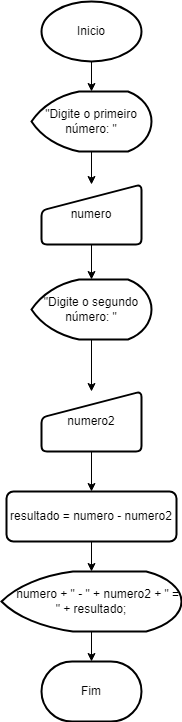
The draw.io diagram 5 - diferença.png in MatheusKan/atividadeJS_SE, before a commit. Source tidied: cells renumbered, new cells last; positions are measured from the earlier drawing's top-left corner, leaving out a move shared by most shapes. The source it was exported from:
```xml
<mxGraphModel>
  <root>
    <mxCell id="0" />
    <mxCell id="1" parent="0" />
    <mxCell id="2" style="edgeStyle=orthogonalEdgeStyle;rounded=0;jettySize=auto;html=1;" parent="1" edge="1" source="3" target="5">
      <mxGeometry relative="1" as="geometry" />
    </mxCell>
    <mxCell id="3" value="&quot;Digite o segundo número: &quot;" style="strokeWidth=2;html=1;shape=mxgraph.flowchart.display;whiteSpace=wrap;" parent="1" vertex="1">
      <mxGeometry x="30" y="278" width="120" height="60" as="geometry" />
    </mxCell>
    <mxCell id="4" style="edgeStyle=orthogonalEdgeStyle;rounded=0;jettySize=auto;html=1;entryX=0.5;entryY=0;entryDx=0;entryDy=0;" parent="1" edge="1" source="5" target="14">
      <mxGeometry relative="1" as="geometry" />
    </mxCell>
    <mxCell id="5" value="numero2" style="html=1;strokeWidth=2;shape=manualInput;whiteSpace=wrap;rounded=1;size=26;arcSize=11;" parent="1" vertex="1">
      <mxGeometry x="40" y="390" width="100" height="60" as="geometry" />
    </mxCell>
    <mxCell id="6" value="Fim" style="strokeWidth=2;html=1;shape=mxgraph.flowchart.terminator;whiteSpace=wrap;" parent="1" vertex="1">
      <mxGeometry x="40" y="660" width="100" height="60" as="geometry" />
    </mxCell>
    <mxCell id="7" style="edgeStyle=orthogonalEdgeStyle;rounded=0;jettySize=auto;html=1;" parent="1" edge="1" source="8" target="10">
      <mxGeometry relative="1" as="geometry" />
    </mxCell>
    <mxCell id="8" value="Inicio" style="strokeWidth=2;html=1;shape=mxgraph.flowchart.start_1;whiteSpace=wrap;" parent="1" vertex="1">
      <mxGeometry x="40" width="100" height="60" as="geometry" />
    </mxCell>
    <mxCell id="9" style="edgeStyle=orthogonalEdgeStyle;rounded=0;jettySize=auto;html=1;" parent="1" edge="1" source="10" target="12">
      <mxGeometry relative="1" as="geometry" />
    </mxCell>
    <mxCell id="10" value="&quot;Digite o primeiro número: &quot;" style="strokeWidth=2;html=1;shape=mxgraph.flowchart.display;whiteSpace=wrap;" parent="1" vertex="1">
      <mxGeometry x="30" y="90" width="120" height="60" as="geometry" />
    </mxCell>
    <mxCell id="11" style="edgeStyle=orthogonalEdgeStyle;rounded=0;jettySize=auto;html=1;" parent="1" edge="1" source="12" target="3">
      <mxGeometry relative="1" as="geometry" />
    </mxCell>
    <mxCell id="12" value="numero" style="html=1;strokeWidth=2;shape=manualInput;whiteSpace=wrap;rounded=1;size=26;arcSize=11;" parent="1" vertex="1">
      <mxGeometry x="40" y="183" width="100" height="60" as="geometry" />
    </mxCell>
    <mxCell id="13" style="edgeStyle=orthogonalEdgeStyle;rounded=0;jettySize=auto;html=1;" parent="1" edge="1" source="14" target="16">
      <mxGeometry relative="1" as="geometry" />
    </mxCell>
    <mxCell id="14" value="resultado = numero - numero2" style="rounded=1;whiteSpace=wrap;html=1;absoluteArcSize=1;arcSize=14;strokeWidth=2;" parent="1" vertex="1">
      <mxGeometry x="5" y="490" width="170" height="50" as="geometry" />
    </mxCell>
    <mxCell id="15" style="edgeStyle=orthogonalEdgeStyle;rounded=0;jettySize=auto;html=1;" parent="1" edge="1" source="16" target="6">
      <mxGeometry relative="1" as="geometry" />
    </mxCell>
    <mxCell id="16" value="&lt;span style=&quot;&quot;&gt;&lt;span style=&quot;&quot;&gt;&amp;nbsp;&amp;nbsp;&amp;nbsp;&amp;nbsp;&lt;/span&gt;&lt;/span&gt;numero + &quot; - &quot; + numero2 + &quot; = &quot; + resultado;" style="strokeWidth=2;html=1;shape=mxgraph.flowchart.display;whiteSpace=wrap;" parent="1" vertex="1">
      <mxGeometry y="570" width="180" height="60" as="geometry" />
    </mxCell>
  </root>
</mxGraphModel>
```
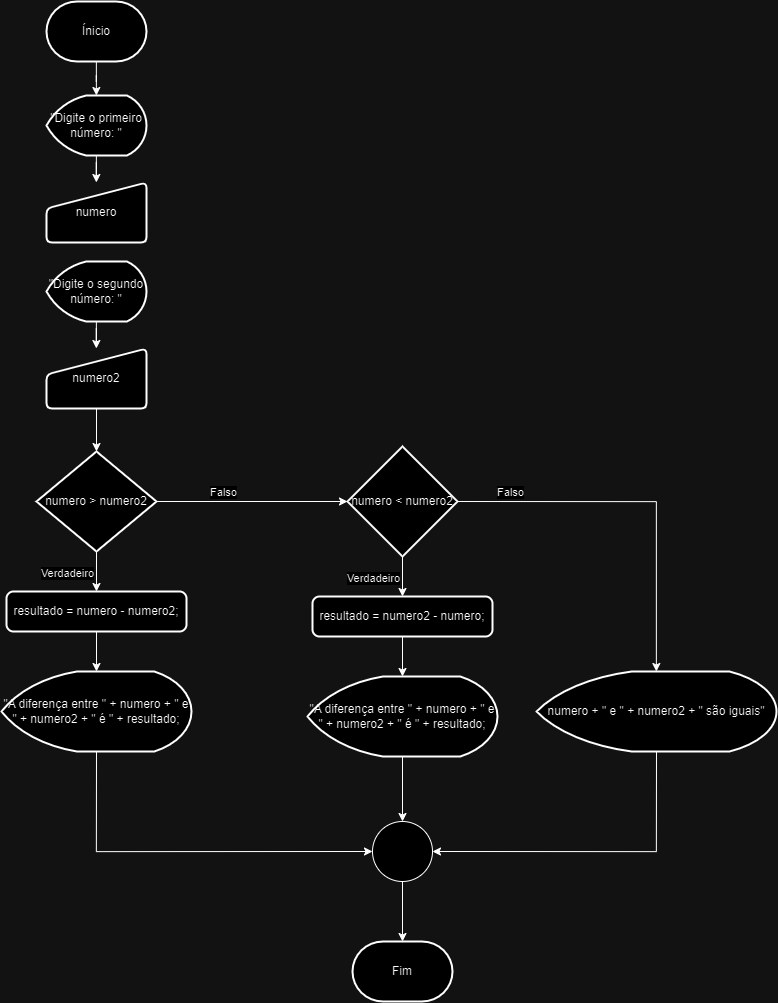
After the change.

Change to the diagram source:
```diff
@@ -2,50 +2,109 @@
   <root>
     <mxCell id="0" />
     <mxCell id="1" parent="0" />
+    <mxCell id="17" style="edgeStyle=orthogonalEdgeStyle;rounded=0;jettySize=auto;html=1;" parent="1" edge="1" source="18" target="10">
+      <mxGeometry relative="1" as="geometry" />
+    </mxCell>
+    <mxCell id="18" value="Ínicio" style="strokeWidth=2;html=1;shape=mxgraph.flowchart.terminator;whiteSpace=wrap;" parent="1" vertex="1">
+      <mxGeometry x="250" y="670" width="100" height="60" as="geometry" />
+    </mxCell>
+    <mxCell id="9" style="edgeStyle=orthogonalEdgeStyle;rounded=0;jettySize=auto;html=1;" parent="1" edge="1" source="10" target="12">
+      <mxGeometry relative="1" as="geometry" />
+    </mxCell>
+    <mxCell id="10" value="&quot;Digite o primeiro número: &quot;" style="strokeWidth=2;html=1;shape=mxgraph.flowchart.display;whiteSpace=wrap;" parent="1" vertex="1">
+      <mxGeometry x="250" y="764" width="100" height="60" as="geometry" />
+    </mxCell>
+    <mxCell id="12" value="numero" style="html=1;strokeWidth=2;shape=manualInput;whiteSpace=wrap;rounded=1;size=26;arcSize=11;" parent="1" vertex="1">
+      <mxGeometry x="250" y="851" width="100" height="60" as="geometry" />
+    </mxCell>
     <mxCell id="2" style="edgeStyle=orthogonalEdgeStyle;rounded=0;jettySize=auto;html=1;" parent="1" edge="1" source="3" target="5">
       <mxGeometry relative="1" as="geometry" />
     </mxCell>
     <mxCell id="3" value="&quot;Digite o segundo número: &quot;" style="strokeWidth=2;html=1;shape=mxgraph.flowchart.display;whiteSpace=wrap;" parent="1" vertex="1">
-      <mxGeometry x="30" y="278" width="120" height="60" as="geometry" />
+      <mxGeometry x="250" y="930" width="100" height="60" as="geometry" />
     </mxCell>
-    <mxCell id="4" style="edgeStyle=orthogonalEdgeStyle;rounded=0;jettySize=auto;html=1;entryX=0.5;entryY=0;entryDx=0;entryDy=0;" parent="1" edge="1" source="5" target="14">
-      <mxGeometry relative="1" as="geometry" />
-    </mxCell>
+    <mxCell id="19" style="edgeStyle=orthogonalEdgeStyle;rounded=0;jettySize=auto;html=1;" parent="1" edge="1" source="5" target="24">
+      <mxGeometry relative="1" as="geometry" />
+    </mxCell>
     <mxCell id="5" value="numero2" style="html=1;strokeWidth=2;shape=manualInput;whiteSpace=wrap;rounded=1;size=26;arcSize=11;" parent="1" vertex="1">
-      <mxGeometry x="40" y="390" width="100" height="60" as="geometry" />
+      <mxGeometry x="250" y="1017" width="100" height="60" as="geometry" />
     </mxCell>
+    <mxCell id="20" style="edgeStyle=orthogonalEdgeStyle;rounded=0;jettySize=auto;html=1;" parent="1" edge="1" source="24" target="26">
+      <mxGeometry relative="1" as="geometry" />
+    </mxCell>
+    <mxCell id="21" value="Verdadeiro" style="edgeLabel;html=1;align=center;verticalAlign=middle;" parent="20" vertex="1">
+      <mxGeometry x="-0.15" y="1" relative="1" as="geometry">
+        <mxPoint x="-31" y="3" as="offset" />
+      </mxGeometry>
+    </mxCell>
+    <mxCell id="22" style="edgeStyle=orthogonalEdgeStyle;rounded=0;jettySize=auto;html=1;exitX=1;exitY=0.5;exitDx=0;exitDy=0;exitPerimeter=0;entryX=0;entryY=0.5;entryDx=0;entryDy=0;" parent="1" edge="1" source="24" target="30">
+      <mxGeometry relative="1" as="geometry" />
+    </mxCell>
+    <mxCell id="23" value="Falso" style="edgeLabel;html=1;align=center;verticalAlign=middle;" parent="22" vertex="1">
+      <mxGeometry x="-0.31" y="2" relative="1" as="geometry">
+        <mxPoint y="-8" as="offset" />
+      </mxGeometry>
+    </mxCell>
+    <mxCell id="24" value="numero &amp;gt; numero2" style="strokeWidth=2;html=1;shape=mxgraph.flowchart.decision;whiteSpace=wrap;" parent="1" vertex="1">
+      <mxGeometry x="240" y="1120" width="120" height="100" as="geometry" />
+    </mxCell>
+    <mxCell id="25" style="edgeStyle=orthogonalEdgeStyle;rounded=0;jettySize=auto;html=1;" parent="1" edge="1" source="26" target="27">
+      <mxGeometry relative="1" as="geometry" />
+    </mxCell>
+    <mxCell id="26" value="resultado = numero - numero2;" style="rounded=1;whiteSpace=wrap;html=1;absoluteArcSize=1;arcSize=14;strokeWidth=2;" parent="1" vertex="1">
+      <mxGeometry x="210" y="1260" width="180" height="40" as="geometry" />
+    </mxCell>
+    <mxCell id="27" value="&quot;A diferença entre &quot; + numero + &quot; e &quot; + numero2 + &quot; é &quot; + resultado;" style="strokeWidth=2;html=1;shape=mxgraph.flowchart.display;whiteSpace=wrap;" parent="1" vertex="1">
+      <mxGeometry x="205" y="1340" width="190" height="80" as="geometry" />
+    </mxCell>
+    <mxCell id="28" style="edgeStyle=orthogonalEdgeStyle;rounded=0;jettySize=auto;html=1;exitX=1;exitY=0.5;exitDx=0;exitDy=0;" parent="1" edge="1" source="30" target="37">
+      <mxGeometry relative="1" as="geometry" />
+    </mxCell>
+    <mxCell id="29" value="Falso&lt;br&gt;" style="edgeLabel;html=1;align=center;verticalAlign=middle;" parent="28" vertex="1">
+      <mxGeometry x="-0.72" relative="1" as="geometry">
+        <mxPoint y="-10" as="offset" />
+      </mxGeometry>
+    </mxCell>
+    <mxCell id="30" value="numero &amp;lt; numero2" style="rhombus;whiteSpace=wrap;html=1;strokeWidth=2;" parent="1" vertex="1">
+      <mxGeometry x="551" y="1115" width="110" height="110" as="geometry" />
+    </mxCell>
+    <mxCell id="31" style="edgeStyle=orthogonalEdgeStyle;rounded=0;jettySize=auto;html=1;" parent="1" edge="1" source="30" target="34">
+      <mxGeometry relative="1" as="geometry" />
+    </mxCell>
+    <mxCell id="32" value="Verdadeiro" style="edgeLabel;html=1;align=center;verticalAlign=middle;" parent="31" vertex="1">
+      <mxGeometry x="-0.15" y="1" relative="1" as="geometry">
+        <mxPoint x="-31" y="3" as="offset" />
+      </mxGeometry>
+    </mxCell>
+    <mxCell id="33" style="edgeStyle=orthogonalEdgeStyle;rounded=0;jettySize=auto;html=1;" parent="1" edge="1" source="34" target="36">
+      <mxGeometry relative="1" as="geometry" />
+    </mxCell>
+    <mxCell id="34" value="resultado = numero2 - numero;" style="rounded=1;whiteSpace=wrap;html=1;absoluteArcSize=1;arcSize=14;strokeWidth=2;" parent="1" vertex="1">
+      <mxGeometry x="516" y="1265" width="180" height="40" as="geometry" />
+    </mxCell>
+    <mxCell id="35" style="edgeStyle=orthogonalEdgeStyle;rounded=0;jettySize=auto;html=1;exitX=0.5;exitY=1;exitDx=0;exitDy=0;exitPerimeter=0;" parent="1" edge="1" source="36" target="39">
+      <mxGeometry relative="1" as="geometry" />
+    </mxCell>
+    <mxCell id="36" value="&quot;A diferença entre &quot; + numero + &quot; e &quot; + numero2 + &quot; é &quot; + resultado;" style="strokeWidth=2;html=1;shape=mxgraph.flowchart.display;whiteSpace=wrap;" parent="1" vertex="1">
+      <mxGeometry x="511" y="1345" width="190" height="80" as="geometry" />
+    </mxCell>
+    <mxCell id="37" value="numero + &quot; e &quot; + numero2 + &quot; são iguais&quot;" style="strokeWidth=2;html=1;shape=mxgraph.flowchart.display;whiteSpace=wrap;" parent="1" vertex="1">
+      <mxGeometry x="740" y="1340" width="240" height="80" as="geometry" />
+    </mxCell>
+    <mxCell id="38" style="edgeStyle=orthogonalEdgeStyle;rounded=0;jettySize=auto;html=1;" parent="1" edge="1" source="39" target="6">
+      <mxGeometry relative="1" as="geometry" />
+    </mxCell>
+    <mxCell id="39" style="verticalLabelPosition=bottom;verticalAlign=top;html=1;shape=mxgraph.flowchart.on-page_reference;" parent="1" vertex="1">
+      <mxGeometry x="576" y="1490" width="60" height="60" as="geometry" />
+    </mxCell>
+    <mxCell id="40" style="edgeStyle=orthogonalEdgeStyle;rounded=0;jettySize=auto;html=1;entryX=0;entryY=0.5;entryDx=0;entryDy=0;entryPerimeter=0;exitX=0.5;exitY=1;exitDx=0;exitDy=0;exitPerimeter=0;" parent="1" edge="1" source="27" target="39">
+      <mxGeometry relative="1" as="geometry" />
+    </mxCell>
+    <mxCell id="41" style="edgeStyle=orthogonalEdgeStyle;rounded=0;jettySize=auto;html=1;exitX=0.5;exitY=1;exitDx=0;exitDy=0;exitPerimeter=0;entryX=1;entryY=0.5;entryDx=0;entryDy=0;entryPerimeter=0;" parent="1" edge="1" source="37" target="39">
+      <mxGeometry relative="1" as="geometry" />
+    </mxCell>
     <mxCell id="6" value="Fim" style="strokeWidth=2;html=1;shape=mxgraph.flowchart.terminator;whiteSpace=wrap;" parent="1" vertex="1">
-      <mxGeometry x="40" y="660" width="100" height="60" as="geometry" />
+      <mxGeometry x="556" y="1610" width="100" height="60" as="geometry" />
     </mxCell>
-    <mxCell id="7" style="edgeStyle=orthogonalEdgeStyle;rounded=0;jettySize=auto;html=1;" parent="1" edge="1" source="8" target="10">
-      <mxGeometry relative="1" as="geometry" />
-    </mxCell>
-    <mxCell id="8" value="Inicio" style="strokeWidth=2;html=1;shape=mxgraph.flowchart.start_1;whiteSpace=wrap;" parent="1" vertex="1">
-      <mxGeometry x="40" width="100" height="60" as="geometry" />
-    </mxCell>
-    <mxCell id="9" style="edgeStyle=orthogonalEdgeStyle;rounded=0;jettySize=auto;html=1;" parent="1" edge="1" source="10" target="12">
-      <mxGeometry relative="1" as="geometry" />
-    </mxCell>
-    <mxCell id="10" value="&quot;Digite o primeiro número: &quot;" style="strokeWidth=2;html=1;shape=mxgraph.flowchart.display;whiteSpace=wrap;" parent="1" vertex="1">
-      <mxGeometry x="30" y="90" width="120" height="60" as="geometry" />
-    </mxCell>
-    <mxCell id="11" style="edgeStyle=orthogonalEdgeStyle;rounded=0;jettySize=auto;html=1;" parent="1" edge="1" source="12" target="3">
-      <mxGeometry relative="1" as="geometry" />
-    </mxCell>
-    <mxCell id="12" value="numero" style="html=1;strokeWidth=2;shape=manualInput;whiteSpace=wrap;rounded=1;size=26;arcSize=11;" parent="1" vertex="1">
-      <mxGeometry x="40" y="183" width="100" height="60" as="geometry" />
-    </mxCell>
-    <mxCell id="13" style="edgeStyle=orthogonalEdgeStyle;rounded=0;jettySize=auto;html=1;" parent="1" edge="1" source="14" target="16">
-      <mxGeometry relative="1" as="geometry" />
-    </mxCell>
-    <mxCell id="14" value="resultado = numero - numero2" style="rounded=1;whiteSpace=wrap;html=1;absoluteArcSize=1;arcSize=14;strokeWidth=2;" parent="1" vertex="1">
-      <mxGeometry x="5" y="490" width="170" height="50" as="geometry" />
-    </mxCell>
-    <mxCell id="15" style="edgeStyle=orthogonalEdgeStyle;rounded=0;jettySize=auto;html=1;" parent="1" edge="1" source="16" target="6">
-      <mxGeometry relative="1" as="geometry" />
-    </mxCell>
-    <mxCell id="16" value="&lt;span style=&quot;&quot;&gt;&lt;span style=&quot;&quot;&gt;&amp;nbsp;&amp;nbsp;&amp;nbsp;&amp;nbsp;&lt;/span&gt;&lt;/span&gt;numero + &quot; - &quot; + numero2 + &quot; = &quot; + resultado;" style="strokeWidth=2;html=1;shape=mxgraph.flowchart.display;whiteSpace=wrap;" parent="1" vertex="1">
-      <mxGeometry y="570" width="180" height="60" as="geometry" />
-    </mxCell>
   </root>
 </mxGraphModel>
```
